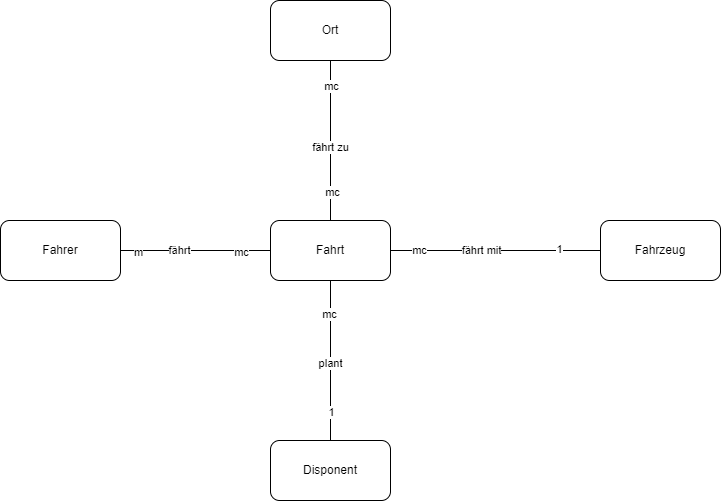
The draw.io diagram 01_Tourenplaner/tourenplaner_konzeptionell.drawio.png in mariotraub/m162_lerntportfolio, before a commit. Source tidied: cells renumbered, new cells last; positions are measured from the earlier drawing's top-left corner, leaving out a move shared by most shapes. Source of this version:
```xml
<mxGraphModel>
  <root>
    <mxCell id="0" />
    <mxCell id="1" parent="0" />
    <mxCell id="2" style="edgeStyle=orthogonalEdgeStyle;rounded=0;jettySize=auto;html=1;entryX=0.5;entryY=1;entryDx=0;entryDy=0;endArrow=none;endFill=0;" parent="1" edge="1" source="14" target="15">
      <mxGeometry relative="1" as="geometry" />
    </mxCell>
    <mxCell id="3" value="mc" style="edgeLabel;html=1;align=center;verticalAlign=middle;fontFamily=Helvetica;fontSize=11;fontColor=default;labelBackgroundColor=default;" parent="2" vertex="1">
      <mxGeometry x="0.68" y="-1" relative="1" as="geometry" />
    </mxCell>
    <mxCell id="4" value="mc" style="edgeLabel;html=1;align=center;verticalAlign=middle;fontFamily=Helvetica;fontSize=11;fontColor=default;labelBackgroundColor=default;" parent="2" vertex="1">
      <mxGeometry x="-0.65" y="-1" relative="1" as="geometry">
        <mxPoint x="1" as="offset" />
      </mxGeometry>
    </mxCell>
    <mxCell id="5" value="fährt zu" style="edgeLabel;html=1;align=center;verticalAlign=middle;fontFamily=Helvetica;fontSize=11;fontColor=default;labelBackgroundColor=default;" parent="2" vertex="1">
      <mxGeometry x="-0.09" relative="1" as="geometry" />
    </mxCell>
    <mxCell id="6" style="edgeStyle=orthogonalEdgeStyle;rounded=0;jettySize=auto;html=1;entryX=0;entryY=0.5;entryDx=0;entryDy=0;strokeColor=default;align=center;verticalAlign=middle;fontFamily=Helvetica;fontSize=11;fontColor=default;labelBackgroundColor=default;endArrow=none;endFill=0;" parent="1" edge="1" source="14" target="16">
      <mxGeometry relative="1" as="geometry" />
    </mxCell>
    <mxCell id="7" value="1" style="edgeLabel;html=1;align=center;verticalAlign=middle;fontFamily=Helvetica;fontSize=11;fontColor=default;labelBackgroundColor=default;" parent="6" vertex="1">
      <mxGeometry x="0.61" y="1" relative="1" as="geometry" />
    </mxCell>
    <mxCell id="8" value="mc" style="edgeLabel;html=1;align=center;verticalAlign=middle;fontFamily=Helvetica;fontSize=11;fontColor=default;labelBackgroundColor=default;" parent="6" vertex="1">
      <mxGeometry x="-0.73" relative="1" as="geometry" />
    </mxCell>
    <mxCell id="9" value="fährt mit" style="edgeLabel;html=1;align=center;verticalAlign=middle;fontFamily=Helvetica;fontSize=11;fontColor=default;labelBackgroundColor=default;" parent="6" vertex="1">
      <mxGeometry x="-0.13" relative="1" as="geometry" />
    </mxCell>
    <mxCell id="10" style="edgeStyle=orthogonalEdgeStyle;rounded=0;jettySize=auto;html=1;entryX=0.5;entryY=0;entryDx=0;entryDy=0;strokeColor=default;align=center;verticalAlign=middle;fontFamily=Helvetica;fontSize=11;fontColor=default;labelBackgroundColor=default;endArrow=none;endFill=0;" parent="1" edge="1" source="14" target="22">
      <mxGeometry relative="1" as="geometry" />
    </mxCell>
    <mxCell id="11" value="mc" style="edgeLabel;html=1;align=center;verticalAlign=middle;fontFamily=Helvetica;fontSize=11;fontColor=default;labelBackgroundColor=default;" parent="10" vertex="1">
      <mxGeometry x="-0.57" y="-1" relative="1" as="geometry" />
    </mxCell>
    <mxCell id="12" value="1" style="edgeLabel;html=1;align=center;verticalAlign=middle;fontFamily=Helvetica;fontSize=11;fontColor=default;labelBackgroundColor=default;" parent="10" vertex="1">
      <mxGeometry x="0.65" y="1" relative="1" as="geometry" />
    </mxCell>
    <mxCell id="13" value="plant" style="edgeLabel;html=1;align=center;verticalAlign=middle;fontFamily=Helvetica;fontSize=11;fontColor=default;labelBackgroundColor=default;" parent="10" vertex="1">
      <mxGeometry x="0.03" relative="1" as="geometry" />
    </mxCell>
    <mxCell id="14" value="Fahrt" style="rounded=1;whiteSpace=wrap;html=1;" parent="1" vertex="1">
      <mxGeometry x="270" y="220" width="120" height="60" as="geometry" />
    </mxCell>
    <mxCell id="15" value="Ort" style="rounded=1;whiteSpace=wrap;html=1;" parent="1" vertex="1">
      <mxGeometry x="270" width="120" height="60" as="geometry" />
    </mxCell>
    <mxCell id="16" value="Fahrzeug" style="rounded=1;whiteSpace=wrap;html=1;" parent="1" vertex="1">
      <mxGeometry x="600" y="220" width="120" height="60" as="geometry" />
    </mxCell>
    <mxCell id="17" style="edgeStyle=orthogonalEdgeStyle;rounded=0;jettySize=auto;html=1;entryX=0;entryY=0.5;entryDx=0;entryDy=0;strokeColor=default;align=center;verticalAlign=middle;fontFamily=Helvetica;fontSize=11;fontColor=default;labelBackgroundColor=default;endArrow=none;endFill=0;" parent="1" edge="1" source="21" target="14">
      <mxGeometry relative="1" as="geometry" />
    </mxCell>
    <mxCell id="18" value="m" style="edgeLabel;html=1;align=center;verticalAlign=middle;fontFamily=Helvetica;fontSize=11;fontColor=default;labelBackgroundColor=default;" parent="17" vertex="1">
      <mxGeometry x="-0.77" y="-2" relative="1" as="geometry" />
    </mxCell>
    <mxCell id="19" value="mc" style="edgeLabel;html=1;align=center;verticalAlign=middle;fontFamily=Helvetica;fontSize=11;fontColor=default;labelBackgroundColor=default;" parent="17" vertex="1">
      <mxGeometry x="0.61" y="-2" relative="1" as="geometry" />
    </mxCell>
    <mxCell id="20" value="fährt" style="edgeLabel;html=1;align=center;verticalAlign=middle;fontFamily=Helvetica;fontSize=11;fontColor=default;labelBackgroundColor=default;" parent="17" vertex="1">
      <mxGeometry x="-0.22" relative="1" as="geometry" />
    </mxCell>
    <mxCell id="21" value="Fahrer" style="rounded=1;whiteSpace=wrap;html=1;" parent="1" vertex="1">
      <mxGeometry y="220" width="120" height="60" as="geometry" />
    </mxCell>
    <mxCell id="22" value="Disponent" style="rounded=1;whiteSpace=wrap;html=1;" parent="1" vertex="1">
      <mxGeometry x="270" y="440" width="120" height="60" as="geometry" />
    </mxCell>
  </root>
</mxGraphModel>
```
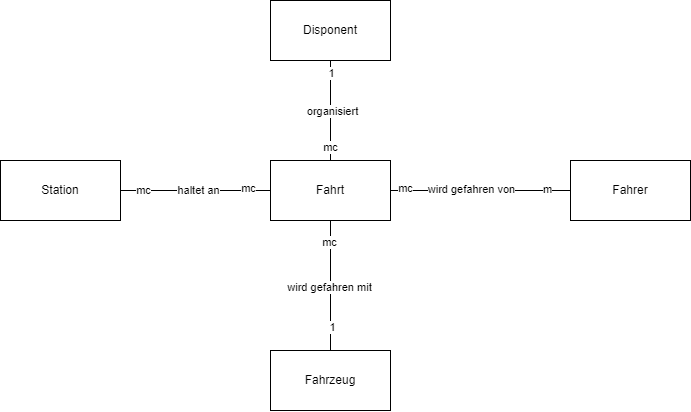
Later version of the same file.

Commit message:
update logisches diagramm

Diff of the diagram source:
```diff
@@ -2,70 +2,68 @@
   <root>
     <mxCell id="0" />
     <mxCell id="1" parent="0" />
-    <mxCell id="2" style="edgeStyle=orthogonalEdgeStyle;rounded=0;jettySize=auto;html=1;entryX=0.5;entryY=1;entryDx=0;entryDy=0;endArrow=none;endFill=0;" parent="1" edge="1" source="14" target="15">
-      <mxGeometry relative="1" as="geometry" />
-    </mxCell>
-    <mxCell id="3" value="mc" style="edgeLabel;html=1;align=center;verticalAlign=middle;fontFamily=Helvetica;fontSize=11;fontColor=default;labelBackgroundColor=default;" parent="2" vertex="1">
-      <mxGeometry x="0.68" y="-1" relative="1" as="geometry" />
-    </mxCell>
-    <mxCell id="4" value="mc" style="edgeLabel;html=1;align=center;verticalAlign=middle;fontFamily=Helvetica;fontSize=11;fontColor=default;labelBackgroundColor=default;" parent="2" vertex="1">
-      <mxGeometry x="-0.65" y="-1" relative="1" as="geometry">
-        <mxPoint x="1" as="offset" />
-      </mxGeometry>
-    </mxCell>
-    <mxCell id="5" value="fährt zu" style="edgeLabel;html=1;align=center;verticalAlign=middle;fontFamily=Helvetica;fontSize=11;fontColor=default;labelBackgroundColor=default;" parent="2" vertex="1">
-      <mxGeometry x="-0.09" relative="1" as="geometry" />
-    </mxCell>
+    <mxCell id="21" value="Fahrer" style="rounded=0;whiteSpace=wrap;html=1;" parent="1" vertex="1">
+      <mxGeometry x="600" y="440" width="120" height="60" as="geometry" />
+    </mxCell>
+    <mxCell id="16" value="Fahrzeug" style="rounded=0;whiteSpace=wrap;html=1;" parent="1" vertex="1">
+      <mxGeometry x="300" y="630" width="120" height="60" as="geometry" />
+    </mxCell>
+    <mxCell id="22" value="Disponent" style="rounded=0;whiteSpace=wrap;html=1;" parent="1" vertex="1">
+      <mxGeometry x="300" y="280" width="120" height="60" as="geometry" />
+    </mxCell>
+    <mxCell id="23" style="edgeStyle=orthogonalEdgeStyle;rounded=0;jettySize=auto;html=1;entryX=0;entryY=0.5;entryDx=0;entryDy=0;strokeColor=default;align=center;verticalAlign=middle;fontFamily=Helvetica;fontSize=11;fontColor=default;labelBackgroundColor=default;endArrow=none;endFill=0;" parent="1" edge="1" source="27" target="14">
+      <mxGeometry relative="1" as="geometry" />
+    </mxCell>
+    <mxCell id="24" value="haltet an" style="edgeLabel;html=1;align=center;verticalAlign=middle;fontFamily=Helvetica;fontSize=11;fontColor=default;labelBackgroundColor=default;" parent="23" vertex="1">
+      <mxGeometry x="0.04" relative="1" as="geometry" />
+    </mxCell>
+    <mxCell id="25" value="mc" style="edgeLabel;html=1;align=center;verticalAlign=middle;fontFamily=Helvetica;fontSize=11;fontColor=default;labelBackgroundColor=default;" parent="23" vertex="1">
+      <mxGeometry x="-0.7" relative="1" as="geometry" />
+    </mxCell>
+    <mxCell id="26" value="mc" style="edgeLabel;html=1;align=center;verticalAlign=middle;fontFamily=Helvetica;fontSize=11;fontColor=default;labelBackgroundColor=default;" parent="23" vertex="1">
+      <mxGeometry x="0.7" y="2" relative="1" as="geometry" />
+    </mxCell>
+    <mxCell id="27" value="Station" style="rounded=0;whiteSpace=wrap;html=1;" parent="1" vertex="1">
+      <mxGeometry x="30" y="440" width="120" height="60" as="geometry" />
+    </mxCell>
+    <mxCell id="10" style="edgeStyle=orthogonalEdgeStyle;rounded=0;jettySize=auto;html=1;entryX=0.5;entryY=1;entryDx=0;entryDy=0;endArrow=none;endFill=0;" parent="1" edge="1" source="14" target="22">
+      <mxGeometry relative="1" as="geometry" />
+    </mxCell>
+    <mxCell id="28" value="organisiert" style="edgeLabel;html=1;align=center;verticalAlign=middle;fontFamily=Helvetica;fontSize=11;fontColor=default;labelBackgroundColor=default;" parent="10" vertex="1">
+      <mxGeometry x="-0.01" y="-2" relative="1" as="geometry" />
+    </mxCell>
+    <mxCell id="29" value="1" style="edgeLabel;html=1;align=center;verticalAlign=middle;fontFamily=Helvetica;fontSize=11;fontColor=default;labelBackgroundColor=default;" parent="10" vertex="1">
+      <mxGeometry x="0.74" y="-1" relative="1" as="geometry" />
+    </mxCell>
+    <mxCell id="30" value="mc" style="edgeLabel;html=1;align=center;verticalAlign=middle;fontFamily=Helvetica;fontSize=11;fontColor=default;labelBackgroundColor=default;" parent="10" vertex="1">
+      <mxGeometry x="-0.72" relative="1" as="geometry" />
+    </mxCell>
+    <mxCell id="31" style="edgeStyle=orthogonalEdgeStyle;rounded=0;jettySize=auto;html=1;entryX=0;entryY=0.5;entryDx=0;entryDy=0;strokeColor=default;align=center;verticalAlign=middle;fontFamily=Helvetica;fontSize=11;fontColor=default;labelBackgroundColor=default;endArrow=none;endFill=0;" parent="1" edge="1" source="14" target="21">
+      <mxGeometry relative="1" as="geometry" />
+    </mxCell>
+    <mxCell id="32" value="wird gefahren von" style="edgeLabel;html=1;align=center;verticalAlign=middle;fontFamily=Helvetica;fontSize=11;fontColor=default;labelBackgroundColor=default;" parent="31" vertex="1">
+      <mxGeometry x="-0.1" y="1" relative="1" as="geometry" />
+    </mxCell>
+    <mxCell id="33" value="mc" style="edgeLabel;html=1;align=center;verticalAlign=middle;fontFamily=Helvetica;fontSize=11;fontColor=default;labelBackgroundColor=default;" parent="31" vertex="1">
+      <mxGeometry x="-0.84" y="2" relative="1" as="geometry" />
+    </mxCell>
+    <mxCell id="18" value="m" style="edgeLabel;html=1;align=center;verticalAlign=middle;fontFamily=Helvetica;fontSize=11;fontColor=default;labelBackgroundColor=default;" parent="31" vertex="1">
+      <mxGeometry x="0.74" y="1" relative="1" as="geometry" />
+    </mxCell>
-    <mxCell id="6" style="edgeStyle=orthogonalEdgeStyle;rounded=0;jettySize=auto;html=1;entryX=0;entryY=0.5;entryDx=0;entryDy=0;strokeColor=default;align=center;verticalAlign=middle;fontFamily=Helvetica;fontSize=11;fontColor=default;labelBackgroundColor=default;endArrow=none;endFill=0;" parent="1" edge="1" source="14" target="16">
+    <mxCell id="6" style="edgeStyle=orthogonalEdgeStyle;rounded=0;jettySize=auto;html=1;strokeColor=default;align=center;verticalAlign=middle;fontFamily=Helvetica;fontSize=11;fontColor=default;labelBackgroundColor=default;endArrow=none;endFill=0;" parent="1" edge="1" source="14" target="16">
       <mxGeometry relative="1" as="geometry" />
     </mxCell>
-    <mxCell id="7" value="1" style="edgeLabel;html=1;align=center;verticalAlign=middle;fontFamily=Helvetica;fontSize=11;fontColor=default;labelBackgroundColor=default;" parent="6" vertex="1">
-      <mxGeometry x="0.61" y="1" relative="1" as="geometry" />
-    </mxCell>
-    <mxCell id="8" value="mc" style="edgeLabel;html=1;align=center;verticalAlign=middle;fontFamily=Helvetica;fontSize=11;fontColor=default;labelBackgroundColor=default;" parent="6" vertex="1">
-      <mxGeometry x="-0.73" relative="1" as="geometry" />
-    </mxCell>
-    <mxCell id="9" value="fährt mit" style="edgeLabel;html=1;align=center;verticalAlign=middle;fontFamily=Helvetica;fontSize=11;fontColor=default;labelBackgroundColor=default;" parent="6" vertex="1">
-      <mxGeometry x="-0.13" relative="1" as="geometry" />
-    </mxCell>
-    <mxCell id="10" style="edgeStyle=orthogonalEdgeStyle;rounded=0;jettySize=auto;html=1;entryX=0.5;entryY=0;entryDx=0;entryDy=0;strokeColor=default;align=center;verticalAlign=middle;fontFamily=Helvetica;fontSize=11;fontColor=default;labelBackgroundColor=default;endArrow=none;endFill=0;" parent="1" edge="1" source="14" target="22">
-      <mxGeometry relative="1" as="geometry" />
-    </mxCell>
-    <mxCell id="11" value="mc" style="edgeLabel;html=1;align=center;verticalAlign=middle;fontFamily=Helvetica;fontSize=11;fontColor=default;labelBackgroundColor=default;" parent="10" vertex="1">
-      <mxGeometry x="-0.57" y="-1" relative="1" as="geometry" />
-    </mxCell>
-    <mxCell id="12" value="1" style="edgeLabel;html=1;align=center;verticalAlign=middle;fontFamily=Helvetica;fontSize=11;fontColor=default;labelBackgroundColor=default;" parent="10" vertex="1">
-      <mxGeometry x="0.65" y="1" relative="1" as="geometry" />
-    </mxCell>
-    <mxCell id="13" value="plant" style="edgeLabel;html=1;align=center;verticalAlign=middle;fontFamily=Helvetica;fontSize=11;fontColor=default;labelBackgroundColor=default;" parent="10" vertex="1">
-      <mxGeometry x="0.03" relative="1" as="geometry" />
-    </mxCell>
+    <mxCell id="34" value="wird gefahren mit" style="edgeLabel;html=1;align=center;verticalAlign=middle;fontFamily=Helvetica;fontSize=11;fontColor=default;labelBackgroundColor=default;" parent="6" vertex="1">
+      <mxGeometry x="0.02" y="-1" relative="1" as="geometry" />
+    </mxCell>
+    <mxCell id="35" value="mc" style="edgeLabel;html=1;align=center;verticalAlign=middle;fontFamily=Helvetica;fontSize=11;fontColor=default;labelBackgroundColor=default;" parent="6" vertex="1">
+      <mxGeometry x="-0.67" y="-1" relative="1" as="geometry" />
+    </mxCell>
+    <mxCell id="36" value="1" style="edgeLabel;html=1;align=center;verticalAlign=middle;fontFamily=Helvetica;fontSize=11;fontColor=default;labelBackgroundColor=default;" parent="6" vertex="1">
+      <mxGeometry x="0.65" y="2" relative="1" as="geometry" />
+    </mxCell>
-    <mxCell id="14" value="Fahrt" style="rounded=1;whiteSpace=wrap;html=1;" parent="1" vertex="1">
-      <mxGeometry x="270" y="220" width="120" height="60" as="geometry" />
+    <mxCell id="14" value="Fahrt" style="rounded=0;whiteSpace=wrap;html=1;" parent="1" vertex="1">
+      <mxGeometry x="300" y="440" width="120" height="60" as="geometry" />
     </mxCell>
-    <mxCell id="15" value="Ort" style="rounded=1;whiteSpace=wrap;html=1;" parent="1" vertex="1">
-      <mxGeometry x="270" width="120" height="60" as="geometry" />
-    </mxCell>
-    <mxCell id="16" value="Fahrzeug" style="rounded=1;whiteSpace=wrap;html=1;" parent="1" vertex="1">
-      <mxGeometry x="600" y="220" width="120" height="60" as="geometry" />
-    </mxCell>
-    <mxCell id="17" style="edgeStyle=orthogonalEdgeStyle;rounded=0;jettySize=auto;html=1;entryX=0;entryY=0.5;entryDx=0;entryDy=0;strokeColor=default;align=center;verticalAlign=middle;fontFamily=Helvetica;fontSize=11;fontColor=default;labelBackgroundColor=default;endArrow=none;endFill=0;" parent="1" edge="1" source="21" target="14">
-      <mxGeometry relative="1" as="geometry" />
-    </mxCell>
-    <mxCell id="18" value="m" style="edgeLabel;html=1;align=center;verticalAlign=middle;fontFamily=Helvetica;fontSize=11;fontColor=default;labelBackgroundColor=default;" parent="17" vertex="1">
-      <mxGeometry x="-0.77" y="-2" relative="1" as="geometry" />
-    </mxCell>
-    <mxCell id="19" value="mc" style="edgeLabel;html=1;align=center;verticalAlign=middle;fontFamily=Helvetica;fontSize=11;fontColor=default;labelBackgroundColor=default;" parent="17" vertex="1">
-      <mxGeometry x="0.61" y="-2" relative="1" as="geometry" />
-    </mxCell>
-    <mxCell id="20" value="fährt" style="edgeLabel;html=1;align=center;verticalAlign=middle;fontFamily=Helvetica;fontSize=11;fontColor=default;labelBackgroundColor=default;" parent="17" vertex="1">
-      <mxGeometry x="-0.22" relative="1" as="geometry" />
-    </mxCell>
-    <mxCell id="21" value="Fahrer" style="rounded=1;whiteSpace=wrap;html=1;" parent="1" vertex="1">
-      <mxGeometry y="220" width="120" height="60" as="geometry" />
-    </mxCell>
-    <mxCell id="22" value="Disponent" style="rounded=1;whiteSpace=wrap;html=1;" parent="1" vertex="1">
-      <mxGeometry x="270" y="440" width="120" height="60" as="geometry" />
-    </mxCell>
   </root>
 </mxGraphModel>
```
